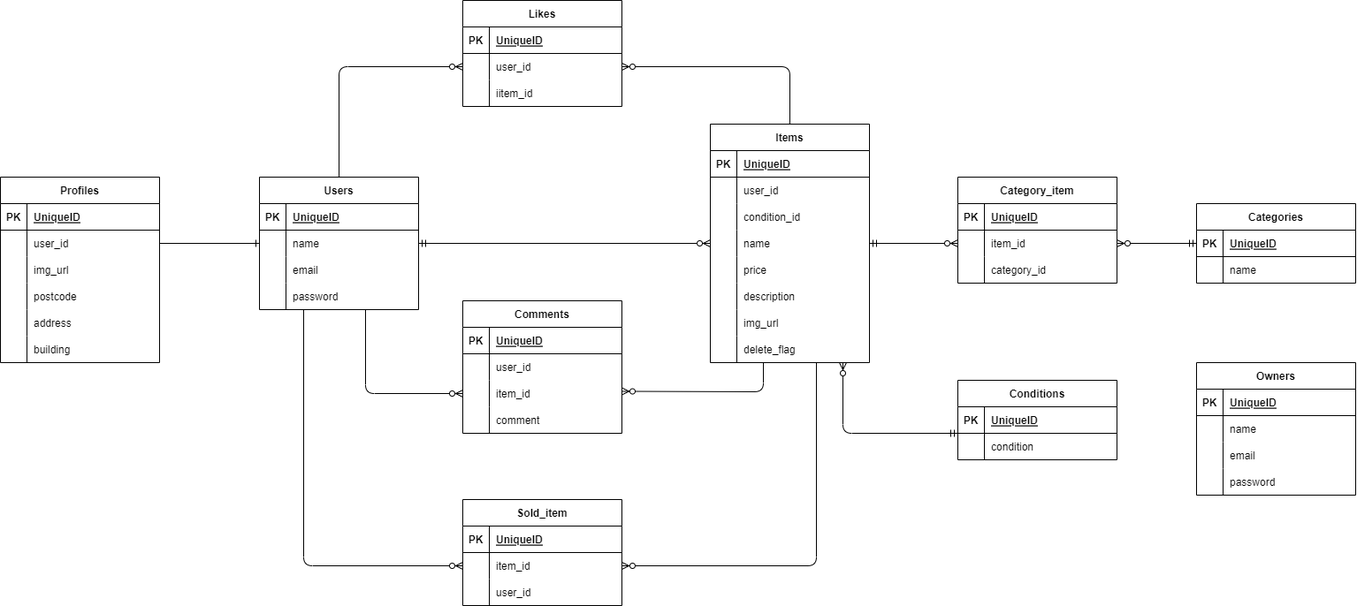
Earlier version of the draw.io export storage/image/ER_figure.drawio.png (yu-tooo/coachtech-flma). Source tidied: cells renumbered, new cells last; positions are measured from the earlier drawing's top-left corner, leaving out a move shared by most shapes.
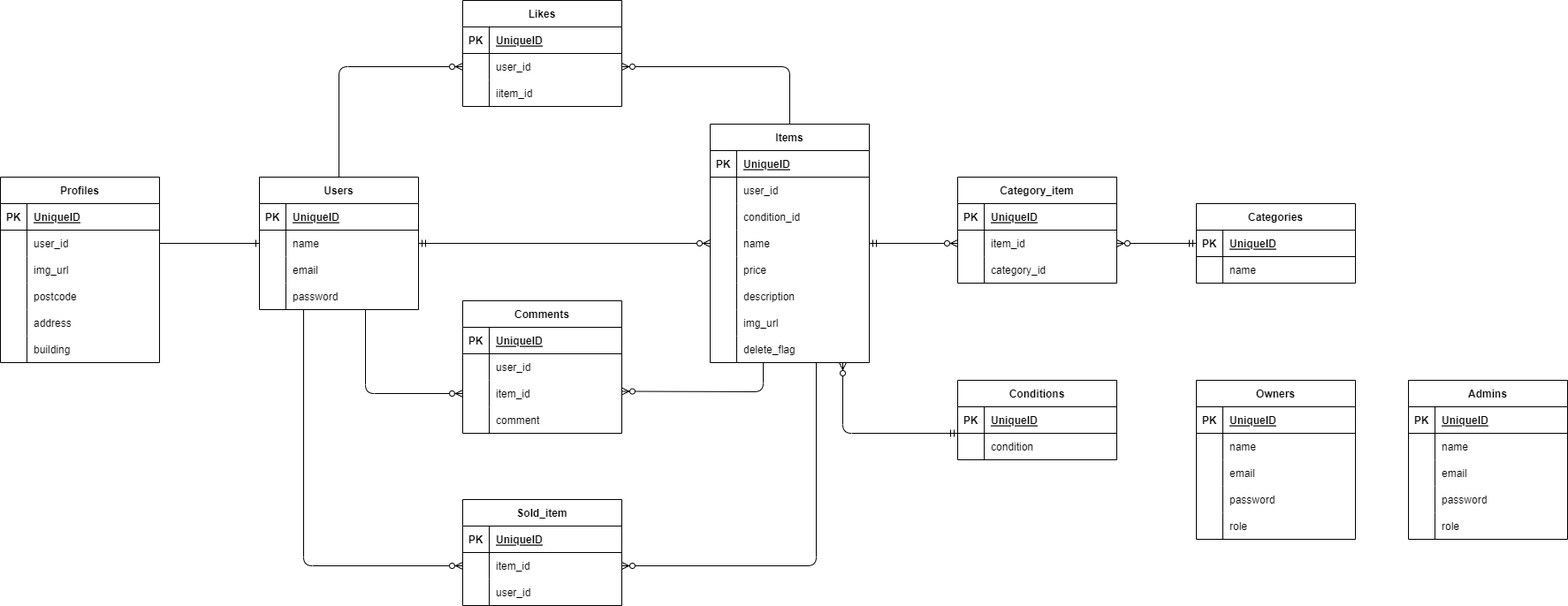
After the change.

Diff of the diagram source:
```diff
@@ -437,7 +437,7 @@
       <mxGeometry relative="1" as="geometry" />
     </mxCell>
     <mxCell id="135" value="Owners" style="shape=table;startSize=30;rowLines=0;fontStyle=1;align=center;strokeColor=#000000;fontColor=#000000;fillColor=#FFFFFF;" parent="1" vertex="1">
-      <mxGeometry x="1353" y="410" width="180" height="150" as="geometry" />
+      <mxGeometry x="1353" y="430" width="180" height="180" as="geometry" />
     </mxCell>
     <mxCell id="136" style="shape=tableRow;horizontal=0;startSize=0;swimlaneHead=0;swimlaneBody=0;fillColor=none;top=0;left=0;right=0;bottom=1;strokeColor=#000000;" parent="135" vertex="1">
       <mxGeometry y="30" width="180" height="30" as="geometry" />
@@ -475,5 +475,74 @@
     <mxCell id="147" value="password" style="shape=partialRectangle;fillColor=none;top=0;left=0;bottom=0;right=0;align=left;spacingLeft=6;overflow=hidden;fontColor=#000000;" parent="145" vertex="1">
       <mxGeometry x="30" width="150" height="30" as="geometry" />
     </mxCell>
+    <mxCell id="148" style="shape=tableRow;horizontal=0;startSize=0;swimlaneHead=0;swimlaneBody=0;fillColor=none;top=0;left=0;right=0;bottom=0;" parent="135" vertex="1">
+      <mxGeometry y="150" width="180" height="30" as="geometry" />
+    </mxCell>
+    <mxCell id="149" style="shape=partialRectangle;fillColor=none;top=0;left=0;bottom=0;right=0;overflow=hidden;" parent="148" vertex="1">
+      <mxGeometry width="30" height="30" as="geometry" />
+    </mxCell>
+    <mxCell id="150" style="shape=partialRectangle;fillColor=none;top=0;left=0;bottom=0;right=0;align=left;spacingLeft=6;overflow=hidden;fontColor=#000000;" parent="148" vertex="1">
+      <mxGeometry x="30" width="150" height="30" as="geometry" />
+    </mxCell>
+    <mxCell id="151" style="shape=tableRow;horizontal=0;startSize=0;swimlaneHead=0;swimlaneBody=0;fillColor=none;top=0;left=0;right=0;bottom=0;" parent="1" vertex="1">
+      <mxGeometry x="1353" y="580" width="180" height="30" as="geometry" />
+    </mxCell>
+    <mxCell id="152" style="shape=partialRectangle;fillColor=none;top=0;left=0;bottom=0;right=0;overflow=hidden;" parent="151" vertex="1">
+      <mxGeometry width="30" height="30" as="geometry" />
+    </mxCell>
+    <mxCell id="153" value="role" style="shape=partialRectangle;fillColor=none;top=0;left=0;bottom=0;right=0;align=left;spacingLeft=6;overflow=hidden;fontColor=#000000;" parent="151" vertex="1">
+      <mxGeometry x="30" width="150" height="30" as="geometry" />
+    </mxCell>
+    <mxCell id="154" value="Admins" style="shape=table;startSize=30;rowLines=0;fontStyle=1;align=center;strokeColor=#000000;fontColor=#000000;fillColor=#FFFFFF;" parent="1" vertex="1">
+      <mxGeometry x="1593" y="430" width="180" height="180" as="geometry" />
+    </mxCell>
+    <mxCell id="155" style="shape=tableRow;horizontal=0;startSize=0;swimlaneHead=0;swimlaneBody=0;fillColor=none;top=0;left=0;right=0;bottom=1;strokeColor=#000000;" parent="154" vertex="1">
+      <mxGeometry y="30" width="180" height="30" as="geometry" />
+    </mxCell>
+    <mxCell id="156" value="PK" style="shape=partialRectangle;fillColor=none;top=0;left=0;bottom=0;right=0;fontStyle=1;overflow=hidden;fontColor=#000000;strokeColor=#000000;" parent="155" vertex="1">
+      <mxGeometry width="30" height="30" as="geometry" />
+    </mxCell>
+    <mxCell id="157" value="UniqueID" style="shape=partialRectangle;fillColor=none;top=0;left=0;bottom=0;right=0;align=left;spacingLeft=6;fontStyle=5;overflow=hidden;strokeColor=#000000;fontColor=#000000;" parent="155" vertex="1">
+      <mxGeometry x="30" width="150" height="30" as="geometry" />
+    </mxCell>
+    <mxCell id="158" style="shape=tableRow;horizontal=0;startSize=0;swimlaneHead=0;swimlaneBody=0;fillColor=none;top=0;left=0;right=0;bottom=0;strokeColor=#000000;" parent="154" vertex="1">
+      <mxGeometry y="60" width="180" height="30" as="geometry" />
+    </mxCell>
+    <mxCell id="159" style="shape=partialRectangle;fillColor=none;top=0;left=0;bottom=0;right=0;overflow=hidden;strokeColor=#000000;" parent="158" vertex="1">
+      <mxGeometry width="30" height="30" as="geometry" />
+    </mxCell>
+    <mxCell id="160" value="name" style="shape=partialRectangle;fillColor=none;top=0;left=0;bottom=0;right=0;align=left;spacingLeft=6;overflow=hidden;fontColor=#000000;strokeColor=#000000;" parent="158" vertex="1">
+      <mxGeometry x="30" width="150" height="30" as="geometry" />
+    </mxCell>
+    <mxCell id="161" style="shape=tableRow;horizontal=0;startSize=0;swimlaneHead=0;swimlaneBody=0;fillColor=none;top=0;left=0;right=0;bottom=0;" parent="154" vertex="1">
+      <mxGeometry y="90" width="180" height="30" as="geometry" />
+    </mxCell>
+    <mxCell id="162" style="shape=partialRectangle;fillColor=none;top=0;left=0;bottom=0;right=0;overflow=hidden;" parent="161" vertex="1">
+      <mxGeometry width="30" height="30" as="geometry" />
+    </mxCell>
+    <mxCell id="163" value="email" style="shape=partialRectangle;fillColor=none;top=0;left=0;bottom=0;right=0;align=left;spacingLeft=6;overflow=hidden;fontColor=#000000;" parent="161" vertex="1">
+      <mxGeometry x="30" width="150" height="30" as="geometry" />
+    </mxCell>
+    <mxCell id="164" style="shape=tableRow;horizontal=0;startSize=0;swimlaneHead=0;swimlaneBody=0;fillColor=none;top=0;left=0;right=0;bottom=0;" parent="154" vertex="1">
+      <mxGeometry y="120" width="180" height="30" as="geometry" />
+    </mxCell>
+    <mxCell id="165" style="shape=partialRectangle;fillColor=none;top=0;left=0;bottom=0;right=0;overflow=hidden;" parent="164" vertex="1">
+      <mxGeometry width="30" height="30" as="geometry" />
+    </mxCell>
+    <mxCell id="166" value="password" style="shape=partialRectangle;fillColor=none;top=0;left=0;bottom=0;right=0;align=left;spacingLeft=6;overflow=hidden;fontColor=#000000;" parent="164" vertex="1">
+      <mxGeometry x="30" width="150" height="30" as="geometry" />
+    </mxCell>
+    <mxCell id="167" style="shape=tableRow;horizontal=0;startSize=0;swimlaneHead=0;swimlaneBody=0;fillColor=none;top=0;left=0;right=0;bottom=0;" parent="154" vertex="1">
+      <mxGeometry y="150" width="180" height="30" as="geometry" />
+    </mxCell>
+    <mxCell id="168" style="shape=partialRectangle;fillColor=none;top=0;left=0;bottom=0;right=0;overflow=hidden;" parent="167" vertex="1">
+      <mxGeometry width="30" height="30" as="geometry" />
+    </mxCell>
+    <mxCell id="169" style="shape=partialRectangle;fillColor=none;top=0;left=0;bottom=0;right=0;align=left;spacingLeft=6;overflow=hidden;fontColor=#000000;" parent="167" vertex="1">
+      <mxGeometry x="30" width="150" height="30" as="geometry" />
+    </mxCell>
+    <mxCell id="170" value="role" style="shape=partialRectangle;fillColor=none;top=0;left=0;bottom=0;right=0;align=left;spacingLeft=6;overflow=hidden;fontColor=#000000;" parent="1" vertex="1">
+      <mxGeometry x="1623" y="580" width="150" height="30" as="geometry" />
+    </mxCell>
   </root>
 </mxGraphModel>
```
